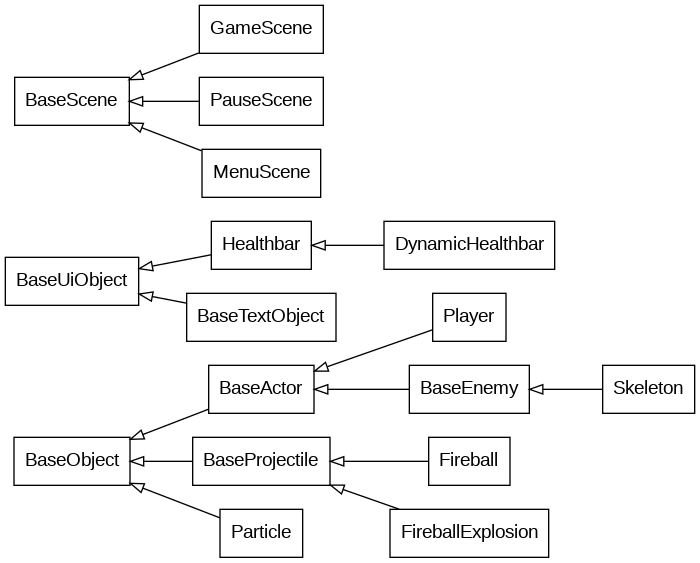
Above: inheritance.gv.png in lachfoy/2dgameABANDONED (Graphviz), before the change. Its source is kept beside it as inheritance.gv.
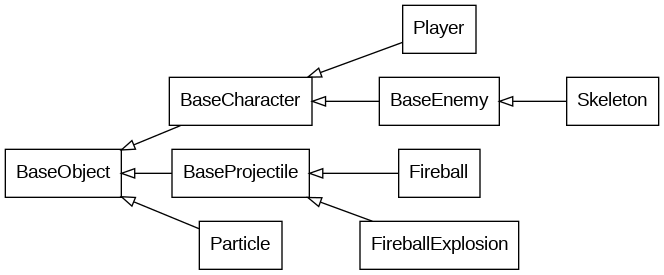
After the change.

The edit, as a diff of the source:
```diff
@@ -4,19 +4,12 @@
     edge [dir=back arrowtail=empty]
 
     subgraph objects {
-        BaseObject->{BaseActor, BaseProjectile, Particle}
-        BaseActor->{Player, BaseEnemy}
+        BaseObject->{BaseCharacter, BaseProjectile, Particle}
+        BaseCharacter->{Player, BaseEnemy}
         BaseProjectile->{Fireball, FireballExplosion}
         BaseEnemy->Skeleton
     }
 
-    subgraph uiObjects {
-        BaseUiObject->{Healthbar, BaseTextObject}
-        Healthbar->DynamicHealthbar
-    }
 
-    subgraph scenes {
-        BaseScene->{GameScene, PauseScene, MenuScene}
-    }
 }
 
```
